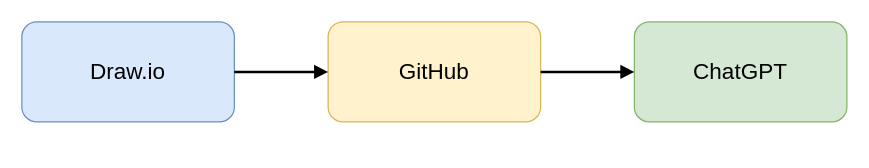
The draw.io diagram Диаграмма 1я проба.drawio in slobodatablichka/interaction-language, before the edit. Source tidied: cells renumbered, new cells numbered last; positions are measured from the earlier drawing's top-left corner, leaving out a move shared by most shapes. Both pictures are drawn from the tidied source at 125%, with x=0, y=0 at pixel (21, 21).
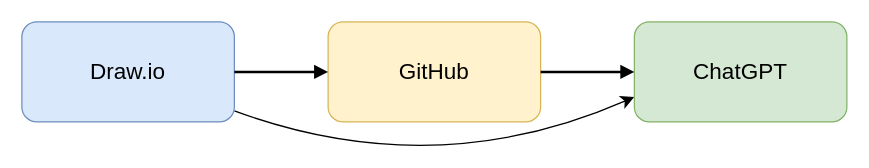
Above is the later version.

Change to the diagram source:
```diff
@@
 <mxGraphModel>
   <root>
     <mxCell id="0" />
     <mxCell id="1" parent="0" />
+    <mxCell id="7" style="edgeStyle=none;curved=1;rounded=0;curveGeometry=1;jettySize=auto;html=1;entryX=0;entryY=0.75;entryDx=0;entryDy=0;fontSize=12;defaultLabelBackgroundColor=gap;startSize=8;endSize=8;" parent="1" edge="1" source="2" target="4">
+      <mxGeometry relative="1" as="geometry">
+        <Array as="points">
+          <mxPoint x="330" y="130" />
+        </Array>
+      </mxGeometry>
+    </mxCell>
     <mxCell id="2" value="Draw.io" style="rounded=1;whiteSpace=wrap;html=1;fillColor=#dae8fc;strokeColor=#6c8ebf;fontSize=18;align=center;verticalAlign=middle;" parent="1" vertex="1">
       <mxGeometry width="170" height="80" as="geometry" />
     </mxCell>
     <mxCell id="3" value="GitHub" style="rounded=1;whiteSpace=wrap;html=1;fillColor=#fff2cc;strokeColor=#d6b656;fontSize=18;align=center;verticalAlign=middle;" parent="1" vertex="1">
       <mxGeometry x="245" width="170" height="80" as="geometry" />
     </mxCell>
     <mxCell id="4" value="ChatGPT" style="rounded=1;whiteSpace=wrap;html=1;fillColor=#d5e8d4;strokeColor=#82b366;fontSize=18;align=center;verticalAlign=middle;" parent="1" vertex="1">
       <mxGeometry x="490" width="170" height="80" as="geometry" />
     </mxCell>
     <mxCell id="5" style="edgeStyle=orthogonalEdgeStyle;rounded=0;jettySize=auto;html=1;endArrow=block;endFill=1;strokeWidth=2;" parent="1" edge="1" source="2" target="3">
       <mxGeometry relative="1" as="geometry" />
     </mxCell>
     <mxCell id="6" style="edgeStyle=orthogonalEdgeStyle;rounded=0;jettySize=auto;html=1;endArrow=block;endFill=1;strokeWidth=2;" parent="1" edge="1" source="3" target="4">
       <mxGeometry relative="1" as="geometry" />
     </mxCell>
   </root>
 </mxGraphModel>
```
